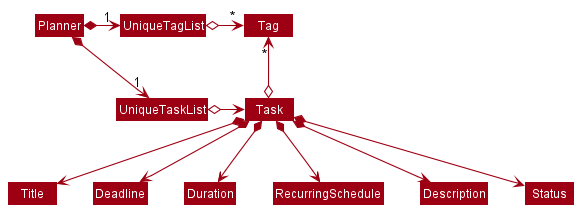
Above: docs/images/BetterModelClassDiagram.png in nus-cs2103-AY2021S2/tp (PlantUML), before the change.
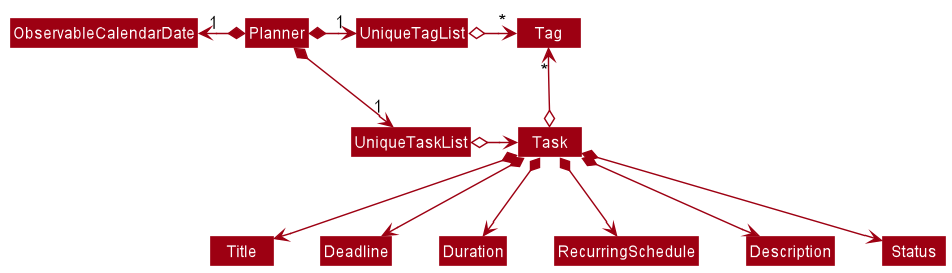
After the commit.

Change to the diagram source:
```diff
@@ -4,6 +4,7 @@
 skinparam arrowColor MODEL_COLOR
 skinparam classBackgroundColor MODEL_COLOR
 
+Planner *-left> "1" ObservableCalendarDate
 Planner *-right-> "1" UniqueTaskList
 Planner *-right-> "1" UniqueTagList
 UniqueTagList -[hidden]down- UniqueTaskList
```
